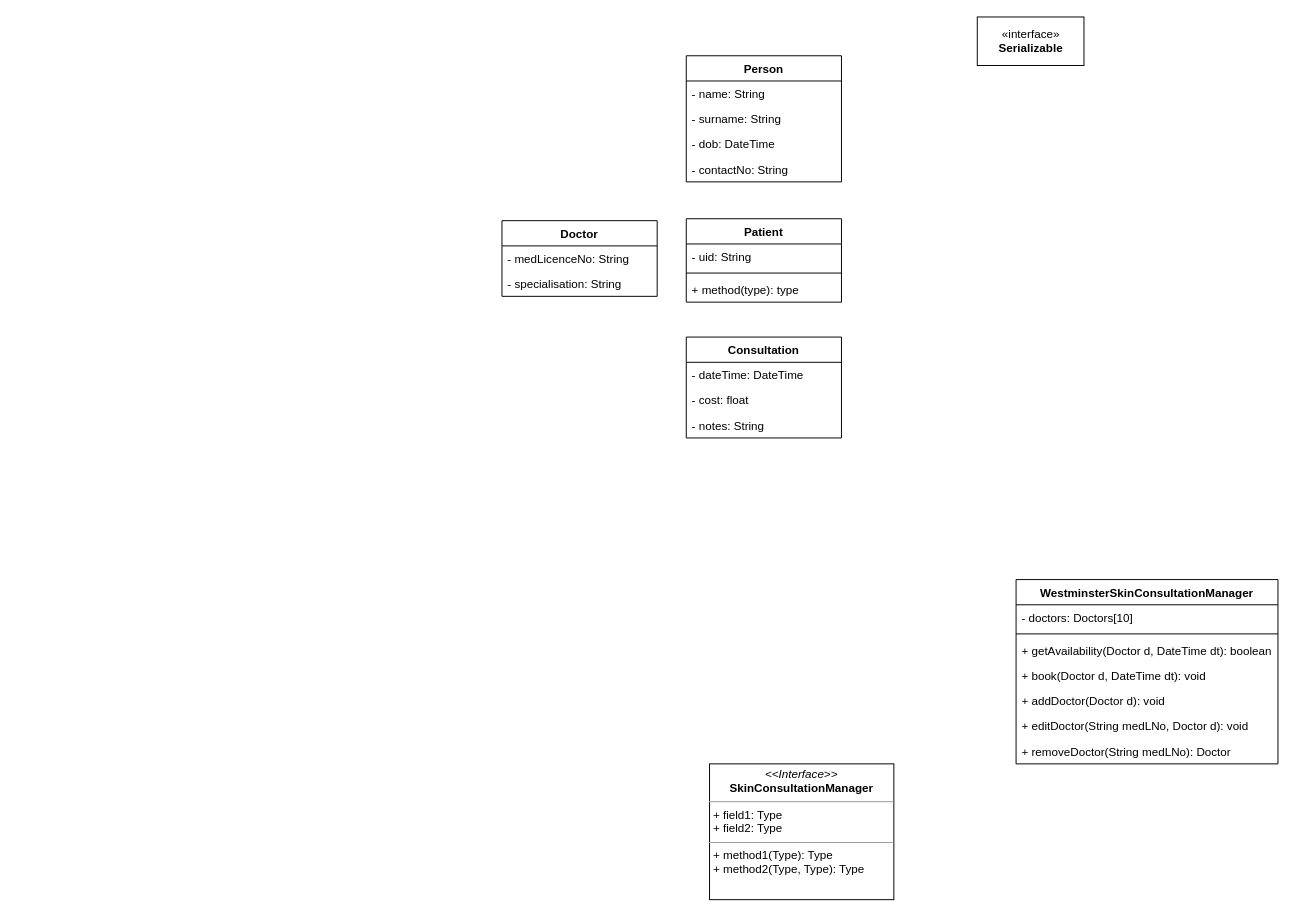
Earlier version of the draw.io diagram page "class diagram" (1 of 2) of design/Untitled Diagram.drawio (dovh-me/oop-consultationManager). Source tidied: cells renumbered, new cells numbered last; positions are measured from the earlier drawing's top-left corner, leaving out a move shared by most shapes. Both pictures are drawn from the tidied source at 97%, with x=0, y=0 at pixel (501, 16).
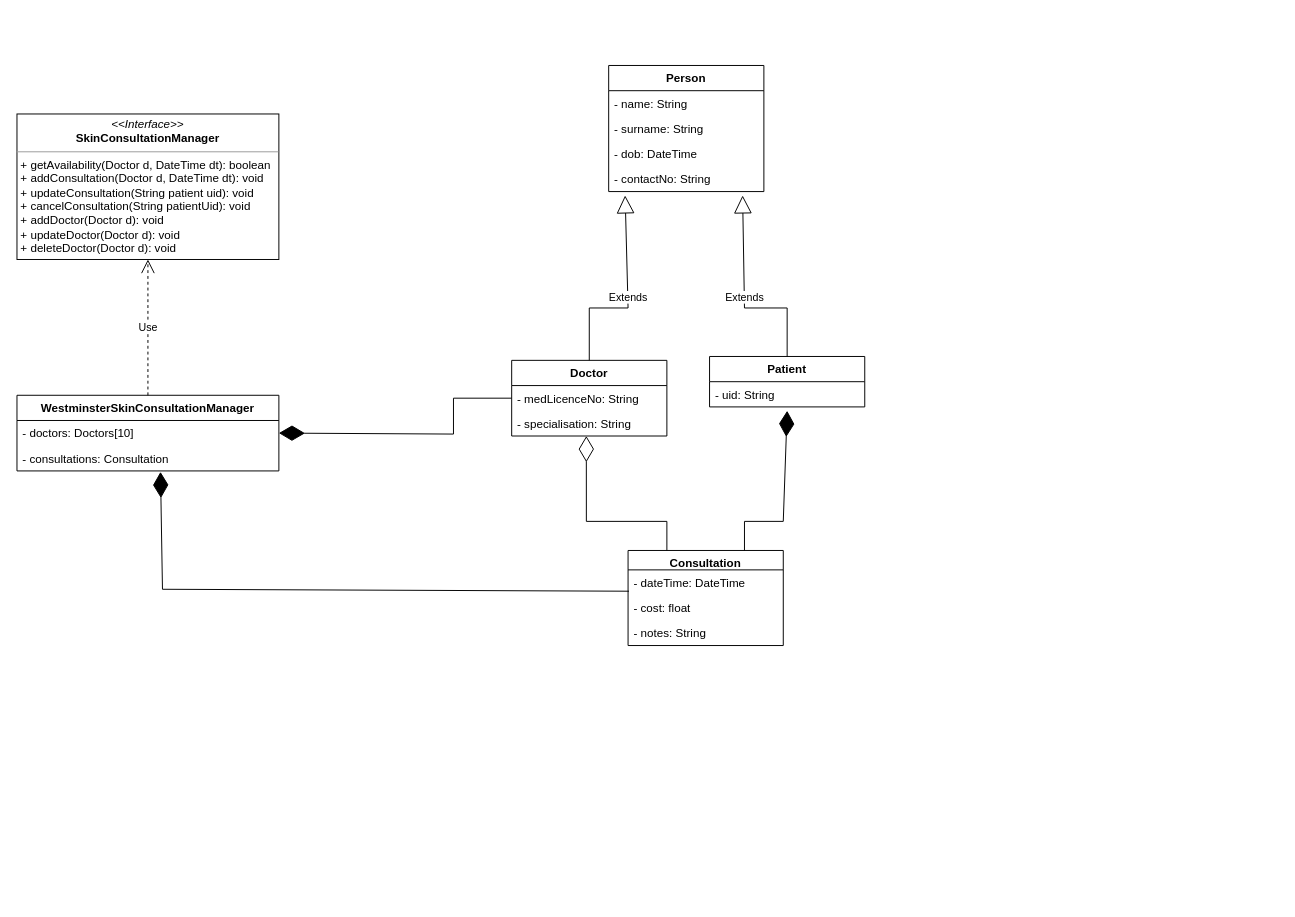
Above is the later version.

Commit message:
Updates to class diagrams

The change refers to these unchanged cells:
```xml
<mxCell id="6" value="- contactNo: String" style="text;strokeColor=none;fillColor=none;align=left;verticalAlign=top;spacingLeft=4;spacingRight=4;overflow=hidden;points=[[0,0.5],[1,0.5]];portConstraint=eastwest;" parent="2" vertex="1">
  <mxGeometry y="104" width="160" height="26" as="geometry" />
</mxCell>
<mxCell id="8" value="- medLicenceNo: String" style="text;strokeColor=none;fillColor=none;align=left;verticalAlign=top;spacingLeft=4;spacingRight=4;overflow=hidden;points=[[0,0.5],[1,0.5]];portConstraint=eastwest;" parent="7" vertex="1">
  <mxGeometry y="26" width="160" height="26" as="geometry" />
</mxCell>
<mxCell id="9" value="- specialisation: String" style="text;strokeColor=none;fillColor=none;align=left;verticalAlign=top;spacingLeft=4;spacingRight=4;overflow=hidden;points=[[0,0.5],[1,0.5]];portConstraint=eastwest;" parent="7" vertex="1">
  <mxGeometry y="52" width="160" height="26" as="geometry" />
</mxCell>
<mxCell id="11" value="- uid: String" style="text;strokeColor=none;fillColor=none;align=left;verticalAlign=top;spacingLeft=4;spacingRight=4;overflow=hidden;points=[[0,0.5],[1,0.5]];portConstraint=eastwest;" parent="10" vertex="1">
  <mxGeometry y="26" width="160" height="26" as="geometry" />
</mxCell>
<mxCell id="19" value="- doctors: Doctors[10]" style="text;strokeColor=none;fillColor=none;align=left;verticalAlign=top;spacingLeft=4;spacingRight=4;overflow=hidden;points=[[0,0.5],[1,0.5]];portConstraint=eastwest;" parent="18" vertex="1">
  <mxGeometry y="26" width="270" height="26" as="geometry" />
</mxCell>
```

The edit, as a diff of the source:
```diff
@@
     <mxCell id="2" value="Person" style="swimlane;fontStyle=1;align=center;verticalAlign=top;horizontal=1;startSize=26;" parent="1" vertex="1">
-      <mxGeometry x="190" y="40" width="160" height="130" as="geometry" />
+      <mxGeometry x="110" y="50" width="160" height="130" as="geometry" />
     </mxCell>
@@
     <mxCell id="7" value="Doctor" style="swimlane;fontStyle=1;align=center;verticalAlign=top;horizontal=1;startSize=26;" parent="1" vertex="1">
-      <mxGeometry y="210" width="160" height="78" as="geometry" />
+      <mxGeometry x="10" y="354" width="160" height="78" as="geometry" />
     </mxCell>
@@
     <mxCell id="10" value="Patient" style="swimlane;fontStyle=1;align=center;verticalAlign=top;horizontal=1;startSize=26;" parent="1" vertex="1">
-      <mxGeometry x="190" y="208" width="160" height="86" as="geometry" />
+      <mxGeometry x="214" y="350" width="160" height="52" as="geometry" />
     </mxCell>
@@
-    <mxCell id="12" style="line;strokeWidth=1;fillColor=none;align=left;verticalAlign=middle;spacingTop=-1;spacingLeft=3;spacingRight=3;labelPosition=right;strokeColor=inherit;" parent="10" vertex="1">
-      <mxGeometry y="52" width="160" height="8" as="geometry" />
-    </mxCell>
-    <mxCell id="13" value="+ method(type): type" style="text;strokeColor=none;fillColor=none;align=left;verticalAlign=top;spacingLeft=4;spacingRight=4;overflow=hidden;" parent="10" vertex="1">
-      <mxGeometry y="60" width="160" height="26" as="geometry" />
-    </mxCell>
-    <mxCell id="14" value="Consultation" style="swimlane;fontStyle=1;align=center;verticalAlign=top;horizontal=1;startSize=26;" parent="1" vertex="1">
-      <mxGeometry x="190" y="330" width="160" height="104" as="geometry" />
+    <mxCell id="14" value="Consultation" style="swimlane;fontStyle=1;align=center;verticalAlign=top;horizontal=1;startSize=20;" parent="1" vertex="1">
+      <mxGeometry x="130" y="550" width="160" height="98" as="geometry" />
     </mxCell>
     <mxCell id="15" value="- dateTime: DateTime" style="text;strokeColor=none;fillColor=none;align=left;verticalAlign=top;spacingLeft=4;spacingRight=4;overflow=hidden;" parent="14" vertex="1">
-      <mxGeometry y="26" width="160" height="26" as="geometry" />
+      <mxGeometry y="20" width="160" height="26" as="geometry" />
     </mxCell>
     <mxCell id="16" value="- cost: float" style="text;strokeColor=none;fillColor=none;align=left;verticalAlign=top;spacingLeft=4;spacingRight=4;overflow=hidden;points=[[0,0.5],[1,0.5]];portConstraint=eastwest;" parent="14" vertex="1">
-      <mxGeometry y="52" width="160" height="26" as="geometry" />
+      <mxGeometry y="46" width="160" height="26" as="geometry" />
     </mxCell>
     <mxCell id="17" value="- notes: String" style="text;strokeColor=none;fillColor=none;align=left;verticalAlign=top;spacingLeft=4;spacingRight=4;overflow=hidden;" parent="14" vertex="1">
-      <mxGeometry y="78" width="160" height="26" as="geometry" />
+      <mxGeometry y="72" width="160" height="26" as="geometry" />
     </mxCell>
     <mxCell id="18" value="WestminsterSkinConsultationManager" style="swimlane;fontStyle=1;horizontal=1;startSize=26;fillColor=none;" parent="1" vertex="1">
-      <mxGeometry x="530" y="580" width="270" height="190" as="geometry" />
+      <mxGeometry x="-500" y="390" width="270" height="78" as="geometry" />
     </mxCell>
@@
-    <mxCell id="20" style="line;strokeWidth=1;fillColor=none;align=left;verticalAlign=middle;spacingTop=-1;spacingLeft=3;spacingRight=3;labelPosition=right;strokeColor=inherit;" parent="18" vertex="1">
-      <mxGeometry y="52" width="270" height="8" as="geometry" />
-    </mxCell>
-    <mxCell id="21" value="+ getAvailability(Doctor d, DateTime dt): boolean" style="text;strokeColor=none;fillColor=none;align=left;verticalAlign=top;spacingLeft=4;spacingRight=4;overflow=hidden;" parent="18" vertex="1">
-      <mxGeometry y="60" width="270" height="26" as="geometry" />
-    </mxCell>
-    <mxCell id="22" value="+ book(Doctor d, DateTime dt): void" style="text;strokeColor=none;fillColor=none;align=left;verticalAlign=top;spacingLeft=4;spacingRight=4;overflow=hidden;" parent="18" vertex="1">
-      <mxGeometry y="86" width="270" height="26" as="geometry" />
-    </mxCell>
-    <mxCell id="23" value="+ addDoctor(Doctor d): void" style="text;strokeColor=none;fillColor=none;align=left;verticalAlign=top;spacingLeft=4;spacingRight=4;overflow=hidden;" parent="18" vertex="1">
-      <mxGeometry y="112" width="270" height="26" as="geometry" />
-    </mxCell>
-    <mxCell id="24" value="+ editDoctor(String medLNo, Doctor d): void" style="text;strokeColor=none;fillColor=none;align=left;verticalAlign=top;spacingLeft=4;spacingRight=4;overflow=hidden;" parent="18" vertex="1">
-      <mxGeometry y="138" width="270" height="26" as="geometry" />
-    </mxCell>
-    <mxCell id="25" value="+ removeDoctor(String medLNo): Doctor" style="text;strokeColor=none;fillColor=none;align=left;verticalAlign=top;spacingLeft=4;spacingRight=4;overflow=hidden;" parent="18" vertex="1">
-      <mxGeometry y="164" width="270" height="26" as="geometry" />
-    </mxCell>
+    <mxCell id="28" value="- consultations: Consultation" style="text;strokeColor=none;fillColor=none;align=left;verticalAlign=top;spacingLeft=4;spacingRight=4;overflow=hidden;points=[[0,0.5],[1,0.5]];portConstraint=eastwest;" parent="18" vertex="1">
+      <mxGeometry y="52" width="270" height="26" as="geometry" />
+    </mxCell>
-    <mxCell id="26" value="&lt;p style=&quot;margin:0px;margin-top:4px;text-align:center;&quot;&gt;&lt;i&gt;&amp;lt;&amp;lt;Interface&amp;gt;&amp;gt;&lt;/i&gt;&lt;br&gt;&lt;b&gt;SkinConsultationManager&lt;/b&gt;&lt;/p&gt;&lt;hr size=&quot;1&quot;&gt;&lt;p style=&quot;margin:0px;margin-left:4px;&quot;&gt;+ field1: Type&lt;br&gt;+ field2: Type&lt;/p&gt;&lt;hr size=&quot;1&quot;&gt;&lt;p style=&quot;margin:0px;margin-left:4px;&quot;&gt;+ method1(Type): Type&lt;br&gt;+ method2(Type, Type): Type&lt;/p&gt;" style="verticalAlign=top;align=left;overflow=fill;fontSize=12;fontFamily=Helvetica;html=1;" parent="1" vertex="1">
-      <mxGeometry x="214" y="770" width="190" height="140" as="geometry" />
+    <mxCell id="26" value="&lt;p style=&quot;margin:0px;margin-top:4px;text-align:center;&quot;&gt;&lt;i&gt;&amp;lt;&amp;lt;Interface&amp;gt;&amp;gt;&lt;/i&gt;&lt;br&gt;&lt;b&gt;SkinConsultationManager&lt;/b&gt;&lt;/p&gt;&lt;hr size=&quot;1&quot;&gt;&lt;p style=&quot;margin:0px;margin-left:4px;&quot;&gt;+ getAvailability(Doctor d, DateTime dt): boolean&lt;/p&gt;&lt;p style=&quot;margin:0px;margin-left:4px;&quot;&gt;+ addConsultation(Doctor d, DateTime dt): void&lt;/p&gt;&lt;p style=&quot;margin:0px;margin-left:4px;&quot;&gt;+ updateConsultation(String patient uid): void&lt;/p&gt;&lt;p style=&quot;margin:0px;margin-left:4px;&quot;&gt;+ cancelConsultation(String patientUid): void&lt;/p&gt;&lt;p style=&quot;margin:0px;margin-left:4px;&quot;&gt;+ addDoctor(Doctor d): void&lt;/p&gt;&lt;p style=&quot;margin:0px;margin-left:4px;&quot;&gt;+ updateDoctor(Doctor d): void&lt;/p&gt;&lt;p style=&quot;margin:0px;margin-left:4px;&quot;&gt;+ deleteDoctor(Doctor d): void&lt;/p&gt;&lt;p style=&quot;margin:0px;margin-left:4px;&quot;&gt;&lt;br&gt;&lt;/p&gt;" style="verticalAlign=top;align=left;overflow=fill;fontSize=12;fontFamily=Helvetica;html=1;" parent="1" vertex="1">
+      <mxGeometry x="-500" y="100" width="270" height="150" as="geometry" />
     </mxCell>
-    <mxCell id="27" value="«interface»&lt;br&gt;&lt;b&gt;Serializable&lt;/b&gt;" style="html=1;" parent="1" vertex="1">
-      <mxGeometry x="490" width="110" height="50" as="geometry" />
-    </mxCell>
+    <mxCell id="29" value="Extends" style="endArrow=block;endSize=16;endFill=0;html=1;rounded=0;exitX=0.5;exitY=0;exitDx=0;exitDy=0;entryX=0.106;entryY=1.154;entryDx=0;entryDy=0;entryPerimeter=0;" parent="1" edge="1" source="7" target="6">
+      <mxGeometry relative="1" as="geometry">
+        <Array as="points">
+          <mxPoint x="90" y="300" />
+          <mxPoint x="130" y="300" />
+        </Array>
+      </mxGeometry>
+    </mxCell>
+    <mxCell id="30" value="Extends" style="endArrow=block;endSize=16;endFill=0;html=1;rounded=0;entryX=0.863;entryY=1.154;entryDx=0;entryDy=0;entryPerimeter=0;exitX=0.5;exitY=0;exitDx=0;exitDy=0;" parent="1" edge="1" source="10" target="6">
+      <mxGeometry relative="1" as="geometry">
+        <Array as="points">
+          <mxPoint x="294" y="300" />
+          <mxPoint x="250" y="300" />
+        </Array>
+      </mxGeometry>
+    </mxCell>
+    <mxCell id="31" style="endArrow=diamondThin;endFill=1;endSize=24;html=1;rounded=0;exitX=0.75;exitY=0;exitDx=0;exitDy=0;entryX=0.5;entryY=1.154;entryDx=0;entryDy=0;entryPerimeter=0;" parent="1" edge="1" source="14" target="11">
+      <mxGeometry relative="1" as="geometry">
+        <Array as="points">
+          <mxPoint x="250" y="520" />
+          <mxPoint x="290" y="520" />
+        </Array>
+      </mxGeometry>
+    </mxCell>
+    <mxCell id="32" value="Use" style="endArrow=open;endSize=12;dashed=1;html=1;rounded=0;exitX=0.5;exitY=0;exitDx=0;exitDy=0;entryX=0.5;entryY=1;entryDx=0;entryDy=0;" parent="1" edge="1" source="18" target="26">
+      <mxGeometry relative="1" as="geometry" />
+    </mxCell>
+    <mxCell id="33" style="endArrow=diamondThin;endFill=1;endSize=24;html=1;rounded=0;entryX=1;entryY=0.5;entryDx=0;entryDy=0;exitX=0;exitY=0.5;exitDx=0;exitDy=0;" parent="1" edge="1" source="8" target="19">
+      <mxGeometry relative="1" as="geometry">
+        <Array as="points">
+          <mxPoint x="-50" y="393" />
+          <mxPoint x="-50" y="430" />
+        </Array>
+      </mxGeometry>
+    </mxCell>
+    <mxCell id="34" style="endArrow=diamondThin;endFill=1;endSize=24;html=1;rounded=0;entryX=0.548;entryY=1.038;entryDx=0;entryDy=0;exitX=0.006;exitY=-0.154;exitDx=0;exitDy=0;exitPerimeter=0;entryPerimeter=0;" parent="1" edge="1" source="16" target="28">
+      <mxGeometry relative="1" as="geometry">
+        <Array as="points">
+          <mxPoint x="-350" y="590" />
+        </Array>
+      </mxGeometry>
+    </mxCell>
+    <mxCell id="35" style="endArrow=diamondThin;endFill=0;endSize=24;html=1;rounded=0;exitX=0.25;exitY=0;exitDx=0;exitDy=0;entryX=0.481;entryY=1;entryDx=0;entryDy=0;entryPerimeter=0;" parent="1" edge="1" source="14" target="9">
+      <mxGeometry relative="1" as="geometry">
+        <Array as="points">
+          <mxPoint x="170" y="520" />
+          <mxPoint x="87" y="520" />
+        </Array>
+      </mxGeometry>
+    </mxCell>
```
